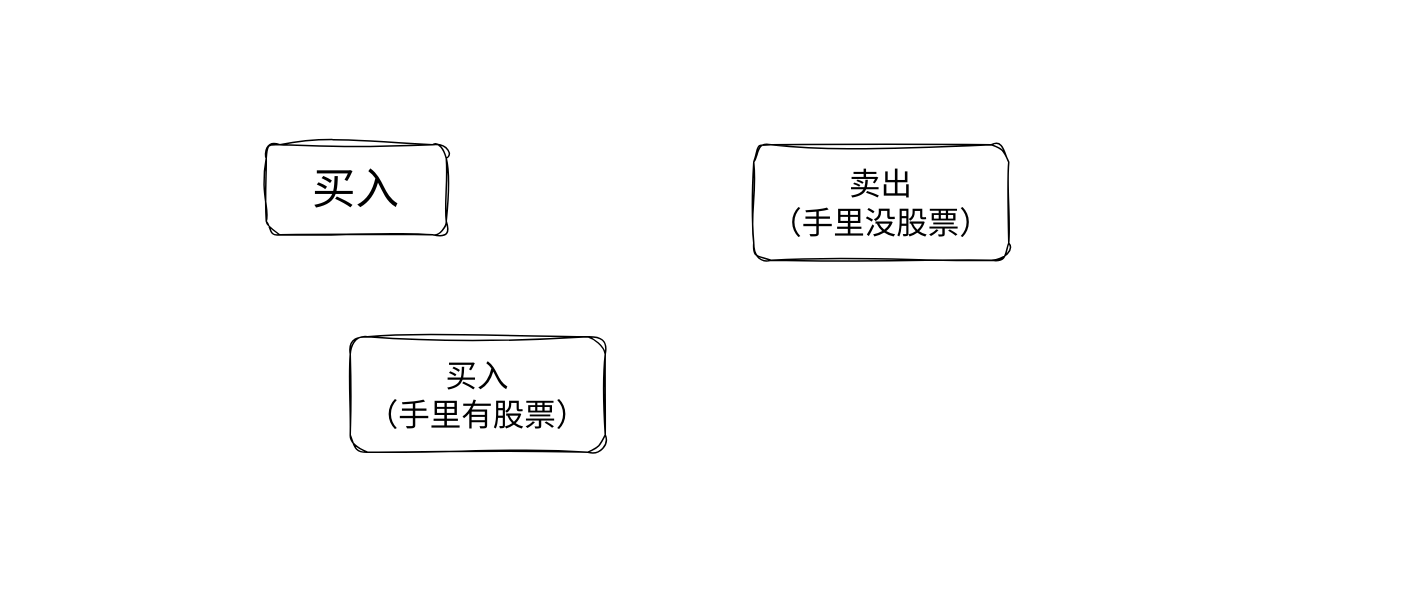
Earlier version of the draw.io diagram 股票问题限定两次交易.drawio (IRiDecenT/graph). Source tidied: cells renumbered, new cells numbered last; positions are measured from the earlier drawing's top-left corner, leaving out a move shared by most shapes. Both pictures are drawn from the tidied source at 150%, with x=0, y=0 at pixel (266, 144).
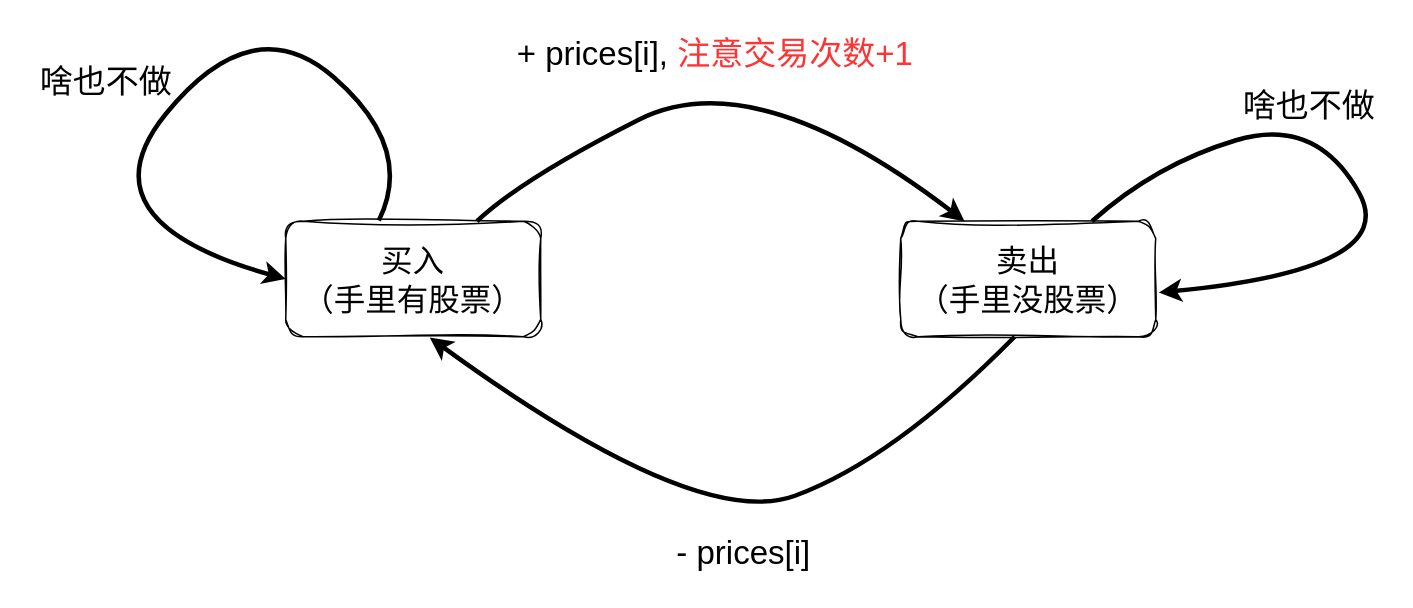
After the change.

Commit message (it also covers changes not shown here):
更新股票问题限定两次交易.drawio

What changed in the source:
```diff
@@
 <mxGraphModel>
   <root>
     <mxCell id="0" />
     <mxCell id="1" parent="0" />
-    <mxCell id="2" value="&lt;font style=&quot;font-size: 29px;&quot;&gt;买入&lt;/font&gt;" style="rounded=1;whiteSpace=wrap;html=1;sketch=1;curveFitting=1;jiggle=2;" parent="1" vertex="1">
-      <mxGeometry width="120" height="60" as="geometry" />
-    </mxCell>
     <mxCell id="3" value="&lt;font style=&quot;font-size: 21px;&quot;&gt;卖出&lt;br&gt;（手里没股票）&lt;/font&gt;" style="rounded=1;whiteSpace=wrap;html=1;fillColor=default;sketch=1;curveFitting=1;jiggle=2;" parent="1" vertex="1">
-      <mxGeometry x="325" width="170" height="77" as="geometry" />
+      <mxGeometry x="423" y="51" width="170" height="77" as="geometry" />
     </mxCell>
     <mxCell id="4" value="&lt;font style=&quot;font-size: 21px;&quot;&gt;买入&lt;br&gt;（手里有股票）&lt;/font&gt;" style="rounded=1;whiteSpace=wrap;html=1;fillColor=default;sketch=1;curveFitting=1;jiggle=2;" parent="1" vertex="1">
-      <mxGeometry x="56" y="128" width="170" height="77" as="geometry" />
+      <mxGeometry x="13" y="51" width="170" height="77" as="geometry" />
     </mxCell>
+    <mxCell id="5" style="curved=1;endArrow=classic;html=1;rounded=0;exitX=0.75;exitY=0;exitDx=0;exitDy=0;entryX=0.25;entryY=0;entryDx=0;entryDy=0;strokeWidth=3;" parent="1" edge="1" source="4" target="3">
+      <mxGeometry relative="1" as="geometry">
+        <Array as="points">
+          <mxPoint x="170" y="23" />
+          <mxPoint x="326" y="-56" />
+        </Array>
+      </mxGeometry>
+    </mxCell>
+    <mxCell id="6" style="curved=1;endArrow=classic;html=1;rounded=0;exitX=0.5;exitY=1;exitDx=0;exitDy=0;entryX=0.618;entryY=1.006;entryDx=0;entryDy=0;entryPerimeter=0;strokeWidth=3;" parent="1" edge="1">
+      <mxGeometry relative="1" as="geometry">
+        <mxPoint x="498.9" y="128" as="sourcePoint" />
+        <mxPoint x="109" y="128.5" as="targetPoint" />
+        <Array as="points">
+          <mxPoint x="418" y="210" />
+          <mxPoint x="287" y="258" />
+        </Array>
+      </mxGeometry>
+    </mxCell>
+    <mxCell id="7" style="curved=1;endArrow=classic;html=1;rounded=0;exitX=0.365;exitY=-0.006;exitDx=0;exitDy=0;strokeWidth=3;exitPerimeter=0;entryX=0;entryY=0.5;entryDx=0;entryDy=0;" parent="1" edge="1" source="4" target="4">
+      <mxGeometry relative="1" as="geometry">
+        <Array as="points">
+          <mxPoint x="99" y="2" />
+          <mxPoint x="-9" y="-92" />
+          <mxPoint x="-125" y="51" />
+        </Array>
+      </mxGeometry>
+    </mxCell>
+    <mxCell id="8" style="curved=1;endArrow=classic;html=1;rounded=0;exitX=0.75;exitY=0;exitDx=0;exitDy=0;entryX=1.012;entryY=0.617;entryDx=0;entryDy=0;strokeWidth=3;entryPerimeter=0;" parent="1" edge="1" source="3" target="3">
+      <mxGeometry relative="1" as="geometry">
+        <Array as="points">
+          <mxPoint x="593" y="13" />
+          <mxPoint x="700" y="-19" />
+          <mxPoint x="757" y="83" />
+        </Array>
+      </mxGeometry>
+    </mxCell>
+    <mxCell id="9" value="&lt;font style=&quot;font-size: 22px;&quot;&gt;啥也不做&lt;/font&gt;" style="text;html=1;align=center;verticalAlign=middle;strokeColor=none;fillColor=none;" parent="1" vertex="1">
+      <mxGeometry x="-160" y="-60" width="106" height="38" as="geometry" />
+    </mxCell>
+    <mxCell id="10" value="&lt;font style=&quot;font-size: 22px;&quot;&gt;啥也不做&lt;/font&gt;" style="text;html=1;align=center;verticalAlign=middle;strokeColor=none;fillColor=none;" parent="1" vertex="1">
+      <mxGeometry x="642" y="-44" width="106" height="38" as="geometry" />
+    </mxCell>
+    <mxCell id="11" value="&lt;font style=&quot;font-size: 22px;&quot;&gt;+ prices[i], &lt;font color=&quot;#ff3333&quot;&gt;注意交易次数+1&lt;/font&gt;&lt;/font&gt;" style="text;html=1;align=center;verticalAlign=middle;strokeColor=none;fillColor=none;" parent="1" vertex="1">
+      <mxGeometry x="158" y="-79" width="282" height="38" as="geometry" />
+    </mxCell>
+    <mxCell id="12" value="&lt;font style=&quot;font-size: 22px;&quot;&gt;- prices[i]&lt;/font&gt;" style="text;html=1;align=center;verticalAlign=middle;strokeColor=none;fillColor=none;" parent="1" vertex="1">
+      <mxGeometry x="264" y="254" width="107" height="38" as="geometry" />
+    </mxCell>
   </root>
 </mxGraphModel>
```
